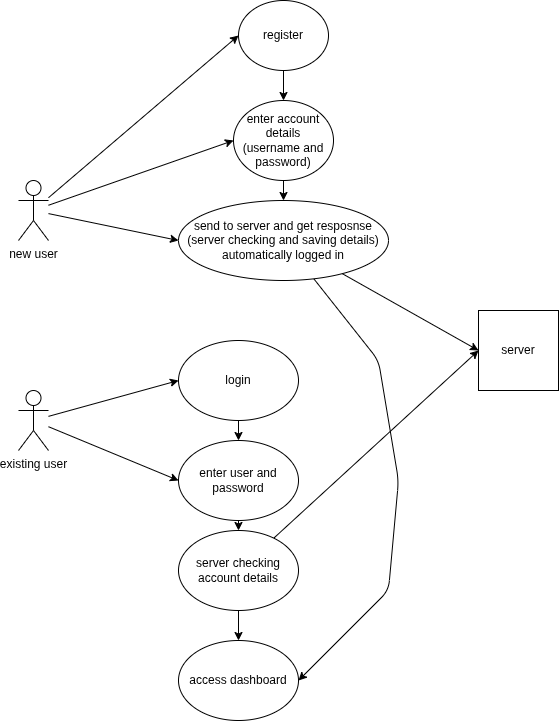
Earlier version of the draw.io export project docs/usecase.png (shlomi8801-2/cyberprojectschoolahhh). Source tidied: cells renumbered, new cells last; positions are measured from the earlier drawing's top-left corner, leaving out a move shared by most shapes.
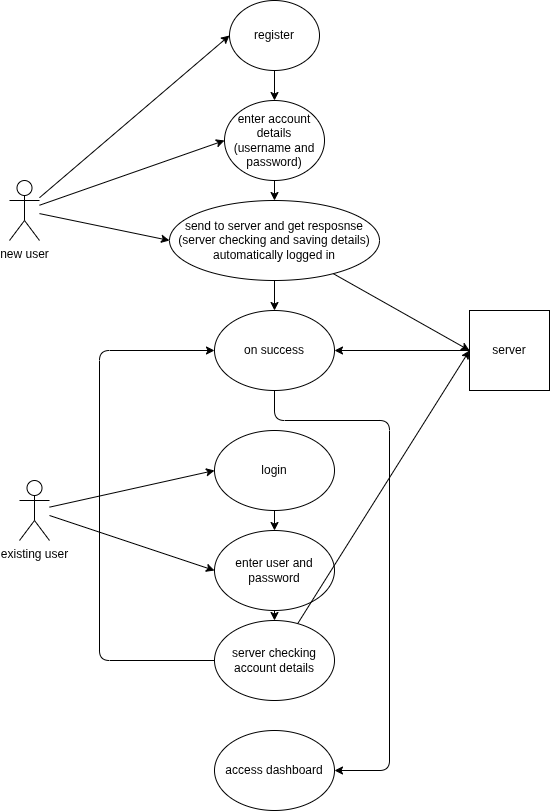
After the change.

The edit, as a diff of the source:
```diff
@@ -21,8 +21,11 @@
       <mxGeometry relative="1" as="geometry" />
     </mxCell>
     <mxCell id="8" value="existing user" style="shape=umlActor;verticalLabelPosition=bottom;verticalAlign=top;html=1;outlineConnect=0;" parent="1" vertex="1">
-      <mxGeometry y="390" width="30" height="60" as="geometry" />
+      <mxGeometry x="10" y="480" width="30" height="60" as="geometry" />
     </mxCell>
+    <mxCell id="25" style="edgeStyle=none;html=1;entryX=1;entryY=0.5;entryDx=0;entryDy=0;" parent="1" edge="1" source="9" target="27">
+      <mxGeometry relative="1" as="geometry" />
+    </mxCell>
     <mxCell id="9" value="server" style="whiteSpace=wrap;html=1;" parent="1" vertex="1">
       <mxGeometry x="460" y="310" width="80" height="80" as="geometry" />
     </mxCell>
@@ -36,7 +39,7 @@
       <mxGeometry relative="1" as="geometry" />
     </mxCell>
     <mxCell id="13" value="login" style="ellipse;whiteSpace=wrap;html=1;" parent="1" vertex="1">
-      <mxGeometry x="160" y="340" width="120" height="80" as="geometry" />
+      <mxGeometry x="205" y="430" width="120" height="80" as="geometry" />
     </mxCell>
     <mxCell id="14" style="edgeStyle=none;html=1;entryX=0.5;entryY=0;entryDx=0;entryDy=0;" parent="1" edge="1" source="15" target="18">
       <mxGeometry relative="1" as="geometry" />
@@ -47,15 +50,18 @@
     <mxCell id="16" style="edgeStyle=none;html=1;entryX=0;entryY=0.5;entryDx=0;entryDy=0;" parent="1" edge="1" source="18" target="9">
       <mxGeometry relative="1" as="geometry" />
     </mxCell>
-    <mxCell id="17" style="edgeStyle=none;html=1;entryX=1;entryY=0.5;entryDx=0;entryDy=0;" parent="1" edge="1" source="18" target="21">
+    <mxCell id="17" style="edgeStyle=none;html=1;entryX=1;entryY=0.5;entryDx=0;entryDy=0;exitX=0.5;exitY=1;exitDx=0;exitDy=0;" parent="1" edge="1" source="27" target="21">
       <mxGeometry relative="1" as="geometry">
         <Array as="points">
-          <mxPoint x="360" y="360" />
-          <mxPoint x="380" y="480" />
-          <mxPoint x="370" y="590" />
+          <mxPoint x="265" y="420" />
+          <mxPoint x="380" y="420" />
+          <mxPoint x="380" y="770" />
         </Array>
       </mxGeometry>
     </mxCell>
+    <mxCell id="26" style="edgeStyle=none;html=1;entryX=0.5;entryY=0;entryDx=0;entryDy=0;" parent="1" edge="1" source="18" target="27">
+      <mxGeometry relative="1" as="geometry" />
+    </mxCell>
     <mxCell id="18" value="send to server and get resposnse&lt;div&gt;(server checking and saving details)&lt;/div&gt;&lt;div&gt;automatically logged in&lt;/div&gt;" style="ellipse;whiteSpace=wrap;html=1;" parent="1" vertex="1">
       <mxGeometry x="160" y="200" width="210" height="80" as="geometry" />
     </mxCell>
@@ -63,19 +69,27 @@
       <mxGeometry relative="1" as="geometry" />
     </mxCell>
     <mxCell id="20" value="enter user and password" style="ellipse;whiteSpace=wrap;html=1;" parent="1" vertex="1">
-      <mxGeometry x="160" y="440" width="120" height="80" as="geometry" />
+      <mxGeometry x="205" y="530" width="120" height="80" as="geometry" />
     </mxCell>
     <mxCell id="21" value="access dashboard" style="ellipse;whiteSpace=wrap;html=1;" parent="1" vertex="1">
-      <mxGeometry x="160" y="640" width="120" height="80" as="geometry" />
+      <mxGeometry x="205" y="730" width="120" height="80" as="geometry" />
     </mxCell>
-    <mxCell id="22" style="edgeStyle=none;html=1;entryX=0.5;entryY=0;entryDx=0;entryDy=0;" parent="1" edge="1" source="24" target="21">
-      <mxGeometry relative="1" as="geometry" />
+    <mxCell id="22" style="edgeStyle=none;html=1;entryX=0;entryY=0.5;entryDx=0;entryDy=0;" parent="1" edge="1" source="24" target="27">
+      <mxGeometry relative="1" as="geometry">
+        <Array as="points">
+          <mxPoint x="90" y="660" />
+          <mxPoint x="90" y="350" />
+        </Array>
+      </mxGeometry>
     </mxCell>
     <mxCell id="23" style="edgeStyle=none;html=1;entryX=0;entryY=0.5;entryDx=0;entryDy=0;" parent="1" edge="1" source="24" target="9">
       <mxGeometry relative="1" as="geometry" />
     </mxCell>
     <mxCell id="24" value="server checking account details" style="ellipse;whiteSpace=wrap;html=1;" parent="1" vertex="1">
-      <mxGeometry x="160" y="530" width="120" height="80" as="geometry" />
+      <mxGeometry x="205" y="620" width="120" height="80" as="geometry" />
     </mxCell>
+    <mxCell id="27" value="on success" style="ellipse;whiteSpace=wrap;html=1;" parent="1" vertex="1">
+      <mxGeometry x="205" y="310" width="120" height="80" as="geometry" />
+    </mxCell>
   </root>
 </mxGraphModel>
```
